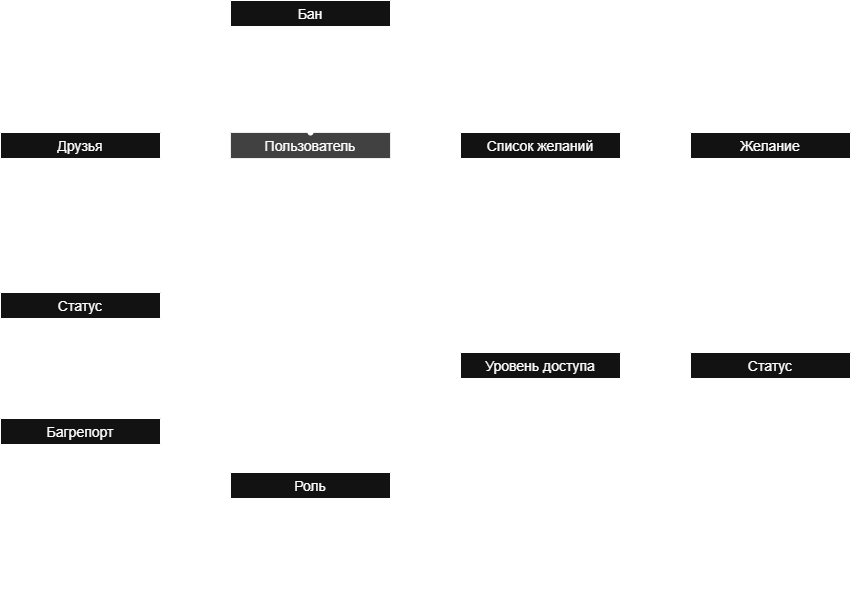
This is server/Conceptual.png from SSSSOV/WishWave, a draw.io export, as it was before one commit. Source tidied: cells renumbered, new cells last; positions are measured from the earlier drawing's top-left corner, leaving out a move shared by most shapes.
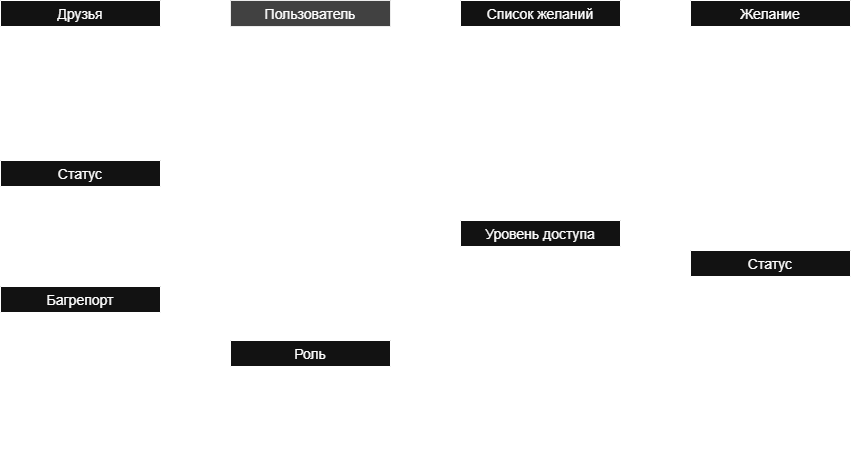
After the change.

Change to the diagram source:
```diff
@@ -51,7 +51,7 @@
       <mxGeometry y="146" width="160" height="30" as="geometry" />
     </mxCell>
     <mxCell id="18" value="Желание" style="swimlane;fontStyle=0;horizontal=1;startSize=26;align=center;fontSize=14;" parent="1" vertex="1">
-      <mxGeometry x="690" y="132" width="160" height="176" as="geometry" />
+      <mxGeometry x="690" y="132" width="160" height="206" as="geometry" />
     </mxCell>
     <mxCell id="19" value="Идентификатор" style="text;strokeColor=none;fillColor=none;spacingLeft=4;spacingRight=4;overflow=hidden;points=[[0,0.5],[1,0.5]];portConstraint=eastwest;fontSize=12;whiteSpace=wrap;html=1;" parent="18" vertex="1">
       <mxGeometry y="26" width="160" height="30" as="geometry" />
@@ -68,6 +68,9 @@
     <mxCell id="23" value="Ссылка на товар" style="text;strokeColor=none;fillColor=none;spacingLeft=4;spacingRight=4;overflow=hidden;fontSize=12;whiteSpace=wrap;html=1;" parent="18" vertex="1">
       <mxGeometry y="146" width="160" height="30" as="geometry" />
     </mxCell>
+    <mxCell id="73" value="ID оригинального желания" style="text;strokeColor=none;fillColor=none;spacingLeft=4;spacingRight=4;overflow=hidden;fontSize=12;whiteSpace=wrap;html=1;" parent="18" vertex="1">
+      <mxGeometry y="176" width="160" height="30" as="geometry" />
+    </mxCell>
     <mxCell id="24" value="Уровень доступа" style="swimlane;fontStyle=0;horizontal=1;startSize=26;align=center;fontSize=14;" parent="1" vertex="1">
       <mxGeometry x="460" y="352" width="160" height="86" as="geometry" />
     </mxCell>
@@ -114,7 +117,7 @@
       <mxGeometry x="300" y="418" width="20" height="20" as="geometry" />
     </mxCell>
     <mxCell id="39" value="Статус" style="swimlane;fontStyle=0;horizontal=1;startSize=26;align=center;fontSize=14;" parent="1" vertex="1">
-      <mxGeometry x="690" y="352" width="160" height="86" as="geometry" />
+      <mxGeometry x="690" y="382" width="160" height="86" as="geometry" />
     </mxCell>
     <mxCell id="40" value="Идентификатор" style="text;strokeColor=none;fillColor=none;spacingLeft=4;spacingRight=4;overflow=hidden;fontSize=12;whiteSpace=wrap;html=1;" parent="39" vertex="1">
       <mxGeometry y="26" width="160" height="30" as="geometry" />
@@ -124,12 +127,12 @@
     </mxCell>
     <mxCell id="42" style="endArrow=none;html=1;rounded=0;exitX=0.5;exitY=0;exitDx=0;exitDy=0;entryX=0.5;entryY=1;entryDx=0;entryDy=0;" parent="1" edge="1">
       <mxGeometry relative="1" as="geometry">
-        <mxPoint x="769.7" y="352" as="sourcePoint" />
-        <mxPoint x="769.7" y="308" as="targetPoint" />
+        <mxPoint x="769.7" y="382" as="sourcePoint" />
+        <mxPoint x="769.7" y="338" as="targetPoint" />
       </mxGeometry>
     </mxCell>
     <mxCell id="43" style="shape=waypoint;sketch=0;fillStyle=solid;size=6;fillColor=none;perimeter=centerPerimeter;" parent="1" vertex="1">
-      <mxGeometry x="760" y="298" width="20" height="20" as="geometry" />
+      <mxGeometry x="760" y="328" width="20" height="20" as="geometry" />
     </mxCell>
     <mxCell id="44" value="Друзья" style="swimlane;fontStyle=0;horizontal=1;startSize=26;align=center;fontSize=14;" parent="1" vertex="1">
       <mxGeometry y="132" width="160" height="116" as="geometry" />
@@ -173,24 +176,6 @@
     <mxCell id="54" style="shape=waypoint;sketch=0;fillStyle=solid;size=6;fillColor=none;perimeter=centerPerimeter;" parent="1" vertex="1">
       <mxGeometry x="150" y="163" width="20" height="20" as="geometry" />
     </mxCell>
-    <mxCell id="55" value="Бан" style="swimlane;fontStyle=0;horizontal=1;startSize=26;align=center;fontSize=14;" parent="1" vertex="1">
-      <mxGeometry x="230" width="160" height="86" as="geometry" />
-    </mxCell>
-    <mxCell id="56" value="Идентификатор" style="text;strokeColor=none;fillColor=none;spacingLeft=4;spacingRight=4;overflow=hidden;fontSize=12;whiteSpace=wrap;html=1;" parent="55" vertex="1">
-      <mxGeometry y="26" width="160" height="30" as="geometry" />
-    </mxCell>
-    <mxCell id="57" value="Причина бана" style="text;strokeColor=none;fillColor=none;spacingLeft=4;spacingRight=4;overflow=hidden;fontSize=12;whiteSpace=wrap;html=1;" parent="55" vertex="1">
-      <mxGeometry y="56" width="160" height="30" as="geometry" />
-    </mxCell>
-    <mxCell id="58" style="endArrow=none;html=1;rounded=0;exitX=0.5;exitY=0;exitDx=0;exitDy=0;entryX=0.5;entryY=1;entryDx=0;entryDy=0;" parent="1" edge="1">
-      <mxGeometry relative="1" as="geometry">
-        <mxPoint x="309.8" y="130" as="sourcePoint" />
-        <mxPoint x="309.8" y="86" as="targetPoint" />
-      </mxGeometry>
-    </mxCell>
-    <mxCell id="59" style="shape=waypoint;sketch=0;fillStyle=solid;size=6;fillColor=none;perimeter=centerPerimeter;" parent="1" vertex="1">
-      <mxGeometry x="300" y="122" width="20" height="20" as="geometry" />
-    </mxCell>
     <mxCell id="60" style="shape=waypoint;sketch=0;fillStyle=solid;size=6;fillColor=none;perimeter=centerPerimeter;" parent="1" vertex="1">
       <mxGeometry x="70" y="238" width="20" height="20" as="geometry" />
     </mxCell>
```
